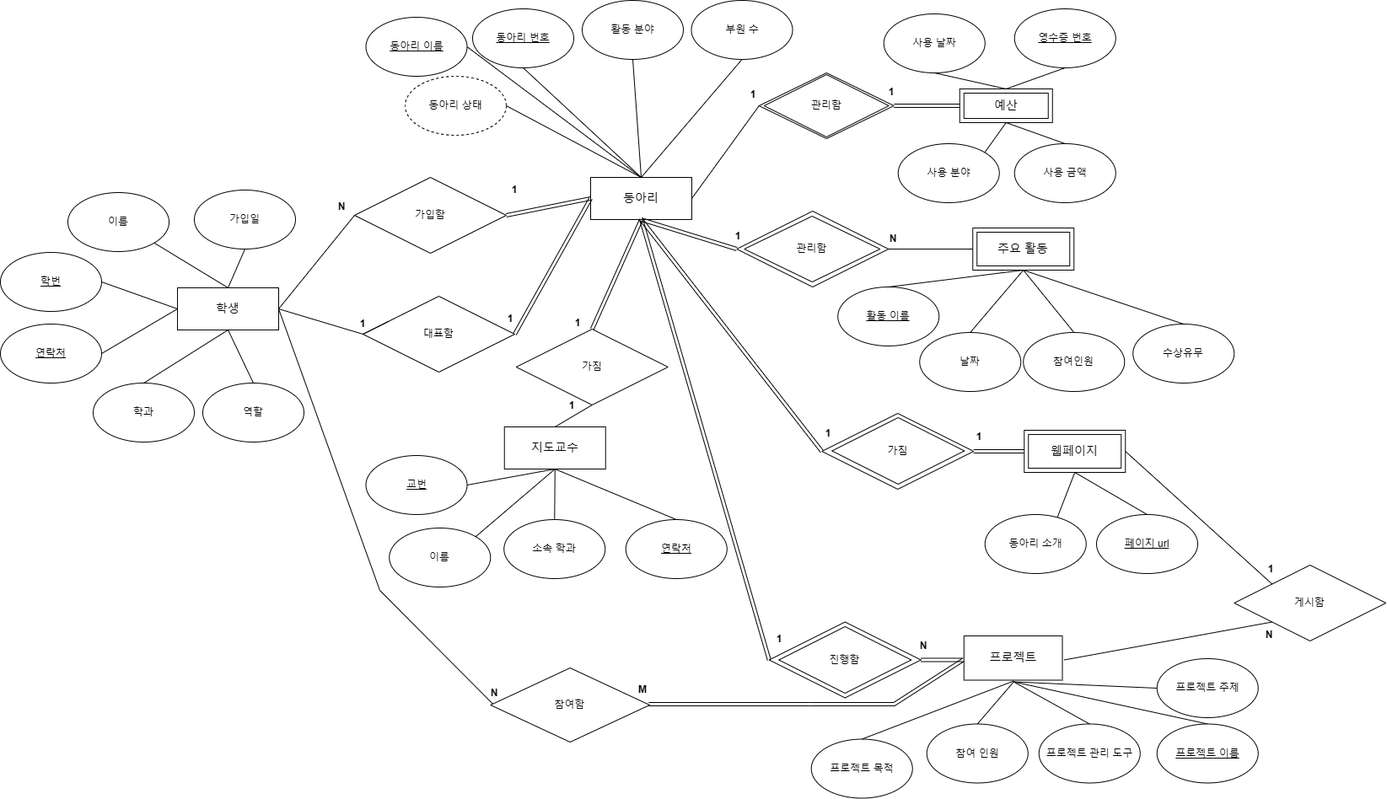
This is docs/ERDiagram.png from jjj5306/ClubManagementSystem, a draw.io export, as it was before one commit. Source tidied: cells renumbered, new cells last; positions are measured from the earlier drawing's top-left corner, leaving out a move shared by most shapes.
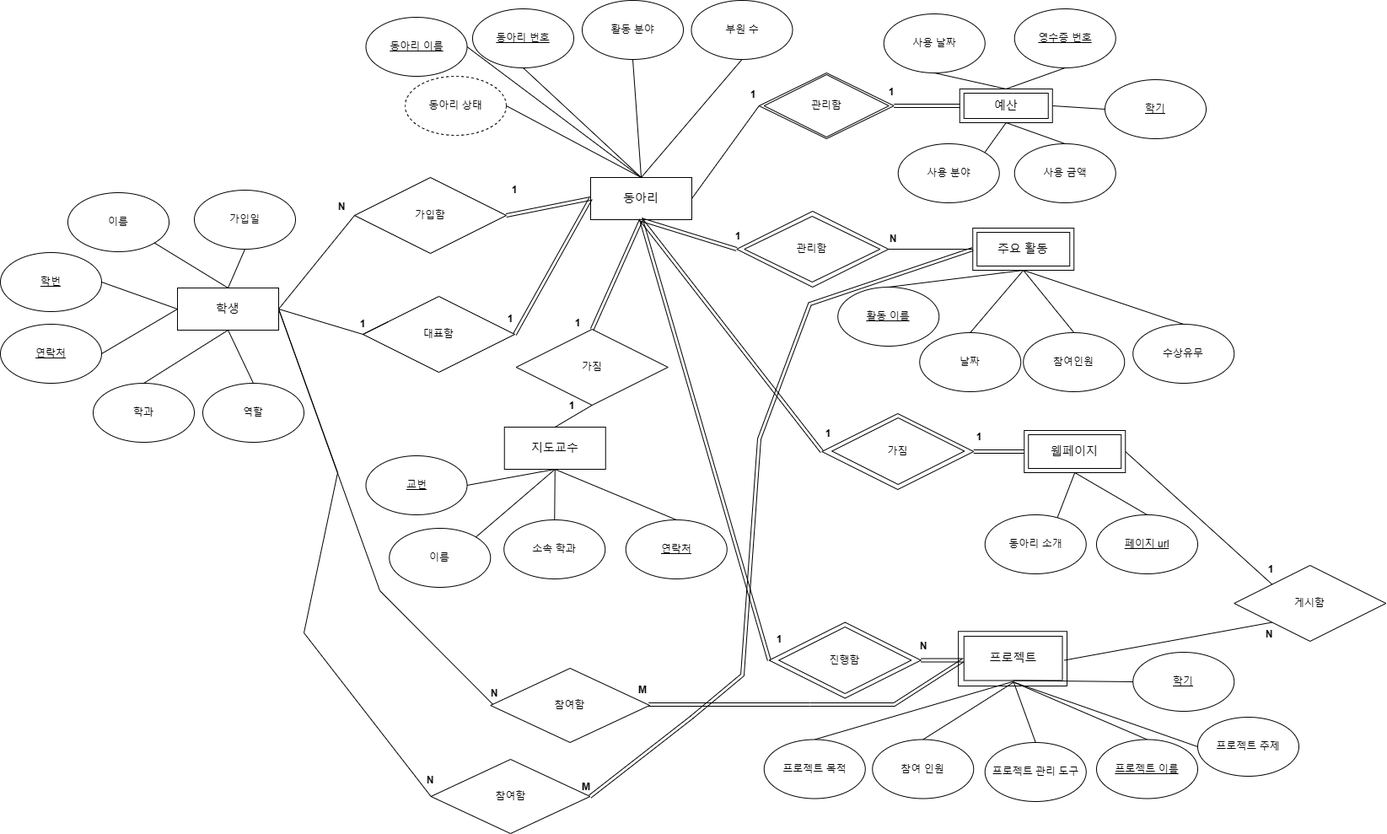
The same file after the commit.

Diff of the diagram source:
```diff
@@ -2,6 +2,12 @@
   <root>
     <mxCell id="0" />
     <mxCell id="1" parent="0" />
+    <mxCell id="122" value="&lt;span style=&quot;font-size: 14px;&quot;&gt;프로젝트&lt;/span&gt;" style="rounded=0;whiteSpace=wrap;html=1;" parent="1" vertex="1">
+      <mxGeometry x="1136.1" y="748.2" width="128.9" height="64.8" as="geometry" />
+    </mxCell>
+    <mxCell id="98" value="&lt;span style=&quot;font-size: 14px;&quot;&gt;프로젝트&lt;/span&gt;" style="rounded=0;whiteSpace=wrap;html=1;" parent="1" vertex="1">
+      <mxGeometry x="1142.8" y="754" width="116.8" height="52.5" as="geometry" />
+    </mxCell>
     <mxCell id="2" value="&lt;font style=&quot;font-size: 14px;&quot;&gt;동아리&lt;/font&gt;" style="rounded=0;whiteSpace=wrap;html=1;" parent="1" vertex="1">
       <mxGeometry x="700" y="210" width="120" height="50" as="geometry" />
     </mxCell>
@@ -296,9 +302,6 @@
     <mxCell id="97" value="진행함" style="rhombus;whiteSpace=wrap;html=1;" parent="1" vertex="1">
       <mxGeometry x="923.2" y="743" width="157" height="79" as="geometry" />
     </mxCell>
-    <mxCell id="98" value="&lt;span style=&quot;font-size: 14px;&quot;&gt;프로젝트&lt;/span&gt;" style="rounded=0;whiteSpace=wrap;html=1;" parent="1" vertex="1">
-      <mxGeometry x="1142.8" y="754" width="116.8" height="52.5" as="geometry" />
-    </mxCell>
     <mxCell id="99" style="endArrow=none;html=1;rounded=0;shape=link;exitX=1;exitY=0.5;exitDx=0;exitDy=0;entryX=0;entryY=0.5;entryDx=0;entryDy=0;" parent="1" edge="1" source="96">
       <mxGeometry relative="1" as="geometry">
         <mxPoint x="1141.8" y="782.5" as="targetPoint" />
@@ -339,7 +342,7 @@
       </mxGeometry>
     </mxCell>
     <mxCell id="110" value="참여 인원" style="ellipse;whiteSpace=wrap;html=1;" parent="1" vertex="1">
-      <mxGeometry x="1098.8" y="858.5" width="120" height="70" as="geometry" />
+      <mxGeometry x="1034.2" y="876.5" width="120" height="70" as="geometry" />
     </mxCell>
     <mxCell id="111" style="edgeStyle=none;shape=connector;rounded=0;jettySize=auto;html=1;exitX=0.5;exitY=0;exitDx=0;exitDy=0;strokeColor=default;align=center;verticalAlign=middle;fontFamily=Helvetica;fontSize=11;fontColor=default;labelBackgroundColor=default;endArrow=none;" parent="1" edge="1" source="112">
       <mxGeometry relative="1" as="geometry">
@@ -347,7 +350,7 @@
       </mxGeometry>
     </mxCell>
     <mxCell id="112" value="프로젝트 관리 도구" style="ellipse;whiteSpace=wrap;html=1;" parent="1" vertex="1">
-      <mxGeometry x="1231.8" y="858.5" width="120" height="70" as="geometry" />
+      <mxGeometry x="1167.8" y="880" width="120" height="70" as="geometry" />
     </mxCell>
     <mxCell id="113" style="edgeStyle=none;shape=connector;rounded=0;jettySize=auto;html=1;exitX=0.5;exitY=0;exitDx=0;exitDy=0;strokeColor=default;align=center;verticalAlign=middle;fontFamily=Helvetica;fontSize=11;fontColor=default;labelBackgroundColor=default;endArrow=none;" parent="1" edge="1" source="114">
       <mxGeometry relative="1" as="geometry">
@@ -355,7 +358,7 @@
       </mxGeometry>
     </mxCell>
     <mxCell id="114" value="&lt;u&gt;프로젝트 이름&lt;/u&gt;" style="ellipse;whiteSpace=wrap;html=1;" parent="1" vertex="1">
-      <mxGeometry x="1371.8" y="858.5" width="120" height="70" as="geometry" />
+      <mxGeometry x="1300" y="876.5" width="120" height="70" as="geometry" />
     </mxCell>
     <mxCell id="115" style="edgeStyle=none;shape=connector;rounded=0;jettySize=auto;html=1;exitX=0;exitY=0.5;exitDx=0;exitDy=0;strokeColor=default;align=center;verticalAlign=middle;fontFamily=Helvetica;fontSize=11;fontColor=default;labelBackgroundColor=default;endArrow=none;" parent="1" edge="1" source="116">
       <mxGeometry relative="1" as="geometry">
@@ -363,7 +366,7 @@
       </mxGeometry>
     </mxCell>
     <mxCell id="116" value="프로젝트 주제" style="ellipse;whiteSpace=wrap;html=1;" parent="1" vertex="1">
-      <mxGeometry x="1371.8" y="781" width="120" height="70" as="geometry" />
+      <mxGeometry x="1420" y="850" width="120" height="70" as="geometry" />
     </mxCell>
     <mxCell id="117" style="edgeStyle=none;shape=connector;rounded=0;jettySize=auto;html=1;exitX=0.5;exitY=0;exitDx=0;exitDy=0;entryX=0.5;entryY=1;entryDx=0;entryDy=0;strokeColor=default;align=center;verticalAlign=middle;fontFamily=Helvetica;fontSize=11;fontColor=default;labelBackgroundColor=default;endArrow=none;" parent="1" edge="1" source="118">
       <mxGeometry relative="1" as="geometry">
@@ -371,7 +374,7 @@
       </mxGeometry>
     </mxCell>
     <mxCell id="118" value="프로젝트 목적" style="ellipse;whiteSpace=wrap;html=1;" parent="1" vertex="1">
-      <mxGeometry x="961.8" y="876.5" width="120" height="70" as="geometry" />
+      <mxGeometry x="905.8" y="876.5" width="120" height="70" as="geometry" />
     </mxCell>
     <mxCell id="119" style="endArrow=none;html=1;rounded=0;shape=link;exitX=1;exitY=0.5;exitDx=0;exitDy=0;entryX=0;entryY=0.5;entryDx=0;entryDy=0;" parent="1" edge="1">
       <mxGeometry relative="1" as="geometry">
@@ -389,5 +392,44 @@
     <mxCell id="121" style="endArrow=none;html=1;rounded=0;entryX=1;entryY=0;entryDx=0;entryDy=0;exitX=0.5;exitY=1;exitDx=0;exitDy=0;" parent="1" edge="1" source="30" target="120">
       <mxGeometry relative="1" as="geometry" />
     </mxCell>
+    <mxCell id="123" value="&lt;u&gt;학기&lt;/u&gt;" style="ellipse;whiteSpace=wrap;html=1;" parent="1" vertex="1">
+      <mxGeometry x="1343.2" y="773" width="120" height="70" as="geometry" />
+    </mxCell>
+    <mxCell id="124" style="edgeStyle=none;shape=connector;rounded=0;jettySize=auto;html=1;exitX=0;exitY=0.5;exitDx=0;exitDy=0;strokeColor=default;align=center;verticalAlign=middle;fontFamily=Helvetica;fontSize=11;fontColor=default;labelBackgroundColor=default;endArrow=none;entryX=0.5;entryY=1;entryDx=0;entryDy=0;" parent="1" edge="1" source="123" target="98">
+      <mxGeometry relative="1" as="geometry" />
+    </mxCell>
+    <mxCell id="125" value="&lt;u&gt;학기&lt;/u&gt;" style="ellipse;whiteSpace=wrap;html=1;" parent="1" vertex="1">
+      <mxGeometry x="1310" y="94" width="120" height="70" as="geometry" />
+    </mxCell>
+    <mxCell id="126" style="edgeStyle=none;shape=connector;rounded=0;jettySize=auto;html=1;exitX=0;exitY=0.5;exitDx=0;exitDy=0;entryX=1;entryY=0.5;entryDx=0;entryDy=0;strokeColor=default;align=center;verticalAlign=middle;fontFamily=Helvetica;fontSize=11;fontColor=default;labelBackgroundColor=default;endArrow=none;" parent="1" edge="1" source="125" target="79">
+      <mxGeometry relative="1" as="geometry" />
+    </mxCell>
+    <mxCell id="127" value="참여함" style="rhombus;whiteSpace=wrap;html=1;" parent="1" vertex="1">
+      <mxGeometry x="510.6" y="900" width="188.8" height="88" as="geometry" />
+    </mxCell>
+    <mxCell id="128" style="edgeStyle=none;shape=connector;rounded=0;jettySize=auto;html=1;exitX=1;exitY=0.5;exitDx=0;exitDy=0;entryX=0;entryY=0.5;entryDx=0;entryDy=0;strokeColor=default;align=center;verticalAlign=middle;fontFamily=Helvetica;fontSize=11;fontColor=default;labelBackgroundColor=default;endArrow=none;" parent="1" edge="1" source="12" target="127">
+      <mxGeometry relative="1" as="geometry">
+        <Array as="points">
+          <mxPoint x="400" y="560" />
+          <mxPoint x="360" y="750" />
+        </Array>
+      </mxGeometry>
+    </mxCell>
+    <mxCell id="129" value="&lt;b&gt;N&lt;/b&gt;" style="text;html=1;align=center;verticalAlign=middle;whiteSpace=wrap;rounded=0;" parent="1" vertex="1">
+      <mxGeometry x="480" y="910" width="60" height="30" as="geometry" />
+    </mxCell>
+    <mxCell id="130" style="endArrow=none;html=1;rounded=0;shape=link;exitX=1;exitY=0.5;exitDx=0;exitDy=0;entryX=0;entryY=0.5;entryDx=0;entryDy=0;" parent="1" edge="1" source="127" target="39">
+      <mxGeometry relative="1" as="geometry">
+        <Array as="points">
+          <mxPoint x="820" y="850" />
+          <mxPoint x="880" y="800" />
+          <mxPoint x="900" y="520" />
+          <mxPoint x="960" y="360" />
+        </Array>
+      </mxGeometry>
+    </mxCell>
+    <mxCell id="131" value="&lt;br&gt;&lt;div&gt;&lt;b&gt;M&lt;/b&gt;&lt;/div&gt;" style="text;html=1;align=center;verticalAlign=middle;whiteSpace=wrap;rounded=0;" parent="1" vertex="1">
+      <mxGeometry x="665" y="910" width="60" height="30" as="geometry" />
+    </mxCell>
   </root>
 </mxGraphModel>
```
